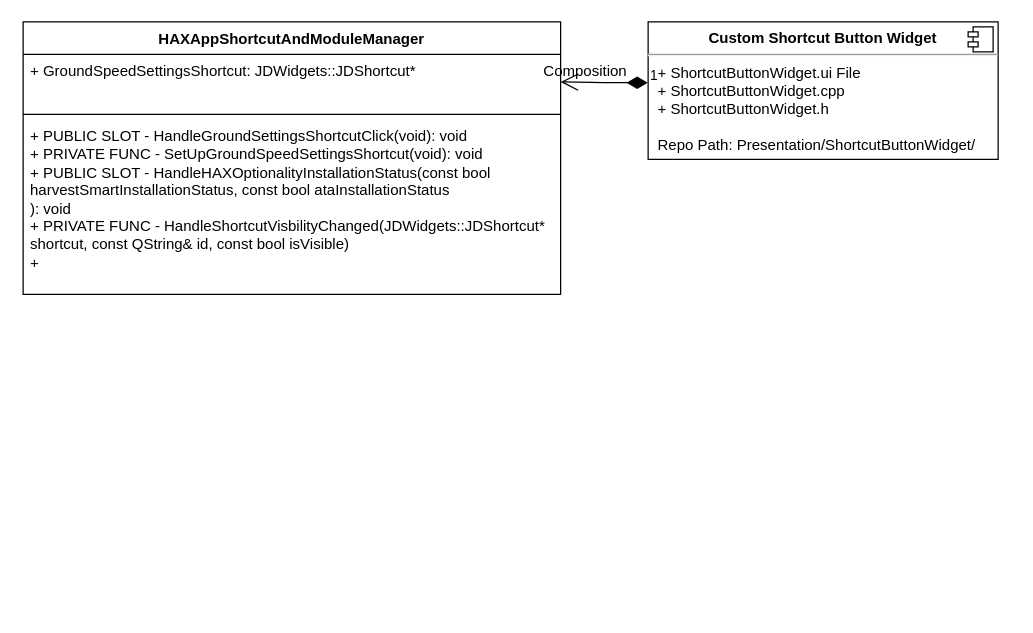
ipatil21/p1 keeps this draw.io diagram as Untitled Diagram.drawio. Above is the earlier version. Source tidied: cells renumbered, new cells numbered last; positions are measured from the earlier drawing's top-left corner, leaving out a move shared by most shapes. Both pictures are drawn from the tidied source at 125%, with x=0, y=0 at pixel (22, 21).
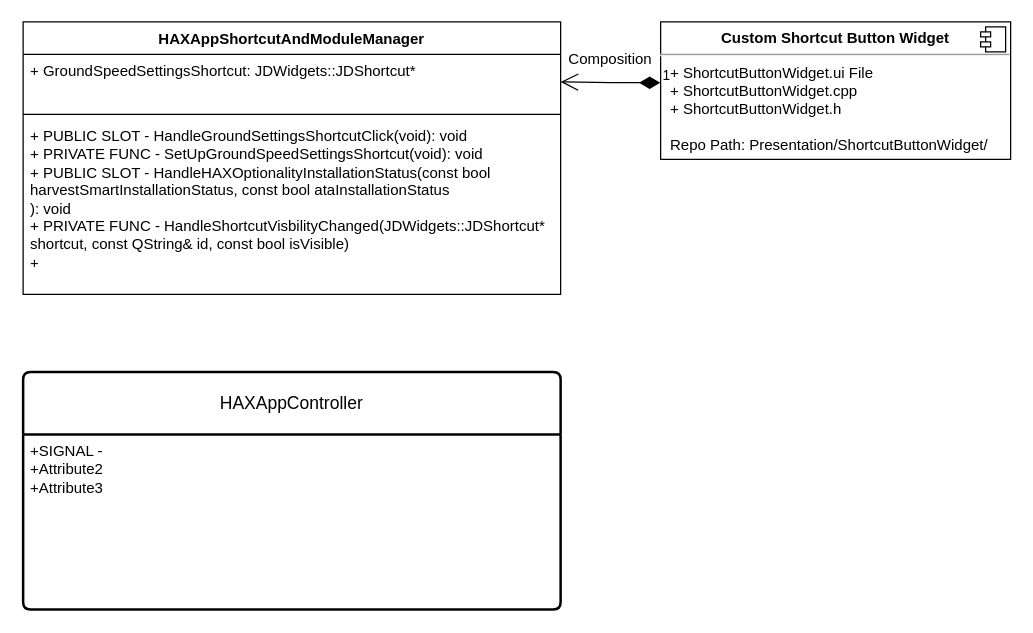
After the change.

Change to the diagram source:
```diff
@@
 <mxGraphModel>
   <root>
     <mxCell id="0" />
     <mxCell id="1" parent="0" />
     <mxCell id="2" value="HAXAppShortcutAndModuleManager" style="swimlane;fontStyle=1;align=center;verticalAlign=top;horizontal=1;startSize=26;whiteSpace=wrap;html=1;" parent="1" vertex="1">
       <mxGeometry width="430" height="218" as="geometry" />
     </mxCell>
     <mxCell id="3" value="+ GroundSpeedSettingsShortcut: JDWidgets::JDShortcut*" style="text;strokeColor=none;fillColor=none;align=left;verticalAlign=top;spacingLeft=4;spacingRight=4;overflow=hidden;points=[[0,0.5],[1,0.5]];portConstraint=eastwest;whiteSpace=wrap;html=1;" parent="2" vertex="1">
       <mxGeometry y="26" width="430" height="44" as="geometry" />
     </mxCell>
     <mxCell id="4" style="line;strokeWidth=1;fillColor=none;align=left;verticalAlign=middle;spacingTop=-1;spacingLeft=3;spacingRight=3;labelPosition=right;strokeColor=inherit;" parent="2" vertex="1">
       <mxGeometry y="70" width="430" height="8" as="geometry" />
     </mxCell>
     <mxCell id="5" value="+ PUBLIC SLOT - HandleGroundSettingsShortcutClick(void): void&lt;br&gt;+ PRIVATE FUNC - SetUpGroundSpeedSettingsShortcut(void): void&lt;br&gt;+ PUBLIC SLOT - HandleHAXOptionalityInstallationStatus(const bool harvestSmartInstallationStatus, const bool ataInstallationStatus&lt;br&gt;): void&lt;br&gt;+ PRIVATE FUNC - HandleShortcutVisbilityChanged(JDWidgets::JDShortcut* shortcut, const QString&amp;amp; id, const bool isVisible)&lt;br&gt;+&amp;nbsp;" style="text;strokeColor=none;fillColor=none;align=left;verticalAlign=top;spacingLeft=4;spacingRight=4;overflow=hidden;whiteSpace=wrap;html=1;" parent="2" vertex="1">
       <mxGeometry y="78" width="430" height="140" as="geometry" />
     </mxCell>
     <mxCell id="6" value="&lt;p style=&quot;margin:0px;margin-top:6px;text-align:center;&quot;&gt;&lt;b&gt;Custom Shortcut Button Widget&lt;/b&gt;&lt;/p&gt;&lt;hr&gt;&lt;p style=&quot;margin:0px;margin-left:8px;&quot;&gt;+ ShortcutButtonWidget.ui File&lt;br&gt;+ ShortcutButtonWidget.cpp&lt;/p&gt;&lt;p style=&quot;margin:0px;margin-left:8px;&quot;&gt;+ ShortcutButtonWidget.h&lt;/p&gt;&lt;p style=&quot;margin:0px;margin-left:8px;&quot;&gt;&lt;br&gt;&lt;/p&gt;&lt;p style=&quot;margin:0px;margin-left:8px;&quot;&gt;Repo Path: Presentation/ShortcutButtonWidget/&lt;/p&gt;" style="align=left;overflow=fill;html=1;whiteSpace=wrap;" parent="1" vertex="1">
-      <mxGeometry x="500" width="280" height="110" as="geometry" />
+      <mxGeometry x="510" width="280" height="110" as="geometry" />
     </mxCell>
     <mxCell id="7" style="shape=component;jettyWidth=8;jettyHeight=4;" parent="6" vertex="1">
       <mxGeometry x="1" width="20" height="20" relative="1" as="geometry">
         <mxPoint x="-24" y="4" as="offset" />
       </mxGeometry>
     </mxCell>
     <mxCell id="8" value="1" style="endArrow=open;html=1;endSize=12;startArrow=diamondThin;startSize=14;startFill=1;edgeStyle=orthogonalEdgeStyle;align=left;verticalAlign=bottom;rounded=0;entryX=1;entryY=0.5;entryDx=0;entryDy=0;exitX=-0.001;exitY=0.442;exitDx=0;exitDy=0;exitPerimeter=0;" parent="1" edge="1" source="6" target="3">
       <mxGeometry x="-1" y="3" relative="1" as="geometry" />
     </mxCell>
     <mxCell id="9" value="Composition" style="text;html=1;strokeColor=none;fillColor=none;align=center;verticalAlign=middle;whiteSpace=wrap;overflow=hidden;" parent="1" vertex="1">
-      <mxGeometry x="410" y="30" width="80" height="20" as="geometry" />
+      <mxGeometry x="430" y="20" width="80" height="20" as="geometry" />
     </mxCell>
+    <mxCell id="10" value="HAXAppController" style="swimlane;horizontal=1;startSize=50;rounded=1;fontSize=14;fontStyle=0;strokeWidth=2;shadow=0;dashed=0;align=center;arcSize=4;whiteSpace=wrap;html=1;" parent="1" vertex="1">
+      <mxGeometry y="280" width="430" height="190" as="geometry" />
+    </mxCell>
+    <mxCell id="11" value="+SIGNAL -&amp;nbsp;&lt;br&gt;+Attribute2&lt;br&gt;+Attribute3" style="align=left;strokeColor=none;fillColor=none;spacingLeft=4;fontSize=12;verticalAlign=top;html=1;" parent="10" vertex="1">
+      <mxGeometry y="50" width="430" height="140" as="geometry" />
+    </mxCell>
   </root>
 </mxGraphModel>
```
